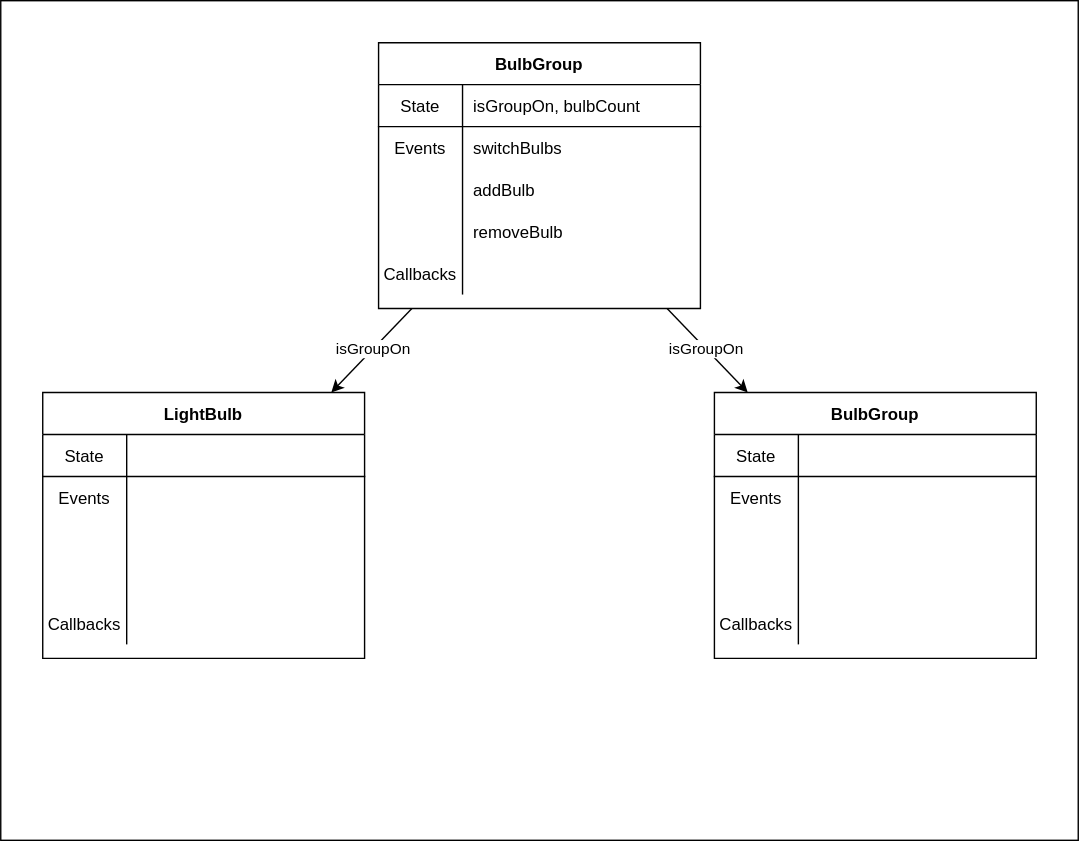
Above: 03_information_flow/assets/smart-home-diagram.drawio.svg in Ejguzman3988/SENG-SCF-071222-PHASE-2 (draw.io), before the change. Source tidied: cells renumbered, new cells last; positions are measured from the earlier drawing's top-left corner, leaving out a move shared by most shapes. Its diagram source:
```xml
<mxGraphModel>
  <root>
    <mxCell id="0" />
    <mxCell id="1" parent="0" />
    <mxCell id="2" style="rounded=0;whiteSpace=wrap;html=1;" parent="1" vertex="1">
      <mxGeometry width="770" height="600" as="geometry" />
    </mxCell>
    <mxCell id="3" style="edgeStyle=none;html=1;" parent="1" edge="1" source="7" target="23">
      <mxGeometry relative="1" as="geometry" />
    </mxCell>
    <mxCell id="4" value="isGroupOn" style="edgeLabel;html=1;align=center;verticalAlign=middle;" parent="3" vertex="1">
      <mxGeometry x="-0.05" y="-1" relative="1" as="geometry" />
    </mxCell>
    <mxCell id="5" style="edgeStyle=none;html=1;" parent="1" edge="1" source="7" target="39">
      <mxGeometry relative="1" as="geometry" />
    </mxCell>
    <mxCell id="6" value="isGroupOn" style="edgeLabel;html=1;align=center;verticalAlign=middle;" parent="5" vertex="1">
      <mxGeometry x="-0.05" relative="1" as="geometry" />
    </mxCell>
    <mxCell id="7" value="BulbGroup" style="shape=table;startSize=30;rowLines=0;fontStyle=1;align=center;" parent="1" vertex="1">
      <mxGeometry x="270" y="30" width="230" height="190" as="geometry" />
    </mxCell>
    <mxCell id="8" style="shape=partialRectangle;fillColor=none;top=0;left=0;bottom=1;right=0;" parent="7" vertex="1">
      <mxGeometry y="30" width="230" height="30" as="geometry" />
    </mxCell>
    <mxCell id="9" value="State" style="shape=partialRectangle;fillColor=none;top=0;left=0;bottom=0;right=0;fontStyle=0;overflow=hidden;" parent="8" vertex="1">
      <mxGeometry width="60" height="30" as="geometry" />
    </mxCell>
    <mxCell id="10" value="isGroupOn, bulbCount" style="shape=partialRectangle;fillColor=none;top=0;left=0;bottom=0;right=0;align=left;spacingLeft=6;fontStyle=0;overflow=hidden;" parent="8" vertex="1">
      <mxGeometry x="60" width="170" height="30" as="geometry" />
    </mxCell>
    <mxCell id="11" style="shape=partialRectangle;fillColor=none;top=0;left=0;bottom=0;right=0;" parent="7" vertex="1">
      <mxGeometry y="60" width="230" height="30" as="geometry" />
    </mxCell>
    <mxCell id="12" value="Events" style="shape=partialRectangle;fillColor=none;top=0;left=0;bottom=0;right=0;overflow=hidden;" parent="11" vertex="1">
      <mxGeometry width="60" height="30" as="geometry" />
    </mxCell>
    <mxCell id="13" value="switchBulbs" style="shape=partialRectangle;fillColor=none;top=0;left=0;bottom=0;right=0;align=left;spacingLeft=6;overflow=hidden;" parent="11" vertex="1">
      <mxGeometry x="60" width="170" height="30" as="geometry" />
    </mxCell>
    <mxCell id="14" style="shape=partialRectangle;fillColor=none;top=0;left=0;bottom=0;right=0;" parent="7" vertex="1">
      <mxGeometry y="90" width="230" height="30" as="geometry" />
    </mxCell>
    <mxCell id="15" style="shape=partialRectangle;fillColor=none;top=0;left=0;bottom=0;right=0;overflow=hidden;" parent="14" vertex="1">
      <mxGeometry width="60" height="30" as="geometry" />
    </mxCell>
    <mxCell id="16" value="addBulb" style="shape=partialRectangle;fillColor=none;top=0;left=0;bottom=0;right=0;align=left;spacingLeft=6;overflow=hidden;" parent="14" vertex="1">
      <mxGeometry x="60" width="170" height="30" as="geometry" />
    </mxCell>
    <mxCell id="17" style="shape=partialRectangle;fillColor=none;top=0;left=0;bottom=0;right=0;" parent="7" vertex="1">
      <mxGeometry y="120" width="230" height="30" as="geometry" />
    </mxCell>
    <mxCell id="18" style="shape=partialRectangle;fillColor=none;top=0;left=0;bottom=0;right=0;overflow=hidden;" parent="17" vertex="1">
      <mxGeometry width="60" height="30" as="geometry" />
    </mxCell>
    <mxCell id="19" value="removeBulb" style="shape=partialRectangle;fillColor=none;top=0;left=0;bottom=0;right=0;align=left;spacingLeft=6;overflow=hidden;" parent="17" vertex="1">
      <mxGeometry x="60" width="170" height="30" as="geometry" />
    </mxCell>
    <mxCell id="20" style="shape=partialRectangle;fillColor=none;top=0;left=0;bottom=0;right=0;" parent="7" vertex="1">
      <mxGeometry y="150" width="230" height="30" as="geometry" />
    </mxCell>
    <mxCell id="21" value="Callbacks" style="shape=partialRectangle;fillColor=none;top=0;left=0;bottom=0;right=0;overflow=hidden;" parent="20" vertex="1">
      <mxGeometry width="60" height="30" as="geometry" />
    </mxCell>
    <mxCell id="22" style="shape=partialRectangle;fillColor=none;top=0;left=0;bottom=0;right=0;align=left;spacingLeft=6;overflow=hidden;" parent="20" vertex="1">
      <mxGeometry x="60" width="170" height="30" as="geometry" />
    </mxCell>
    <mxCell id="23" value="LightBulb" style="shape=table;startSize=30;rowLines=0;fontStyle=1;align=center;" parent="1" vertex="1">
      <mxGeometry x="30" y="280" width="230" height="190" as="geometry" />
    </mxCell>
    <mxCell id="24" style="shape=partialRectangle;fillColor=none;top=0;left=0;bottom=1;right=0;" parent="23" vertex="1">
      <mxGeometry y="30" width="230" height="30" as="geometry" />
    </mxCell>
    <mxCell id="25" value="State" style="shape=partialRectangle;fillColor=none;top=0;left=0;bottom=0;right=0;fontStyle=0;overflow=hidden;" parent="24" vertex="1">
      <mxGeometry width="60" height="30" as="geometry" />
    </mxCell>
    <mxCell id="26" style="shape=partialRectangle;fillColor=none;top=0;left=0;bottom=0;right=0;align=left;spacingLeft=6;fontStyle=0;overflow=hidden;" parent="24" vertex="1">
      <mxGeometry x="60" width="170" height="30" as="geometry" />
    </mxCell>
    <mxCell id="27" style="shape=partialRectangle;fillColor=none;top=0;left=0;bottom=0;right=0;" parent="23" vertex="1">
      <mxGeometry y="60" width="230" height="30" as="geometry" />
    </mxCell>
    <mxCell id="28" value="Events" style="shape=partialRectangle;fillColor=none;top=0;left=0;bottom=0;right=0;overflow=hidden;" parent="27" vertex="1">
      <mxGeometry width="60" height="30" as="geometry" />
    </mxCell>
    <mxCell id="29" style="shape=partialRectangle;fillColor=none;top=0;left=0;bottom=0;right=0;align=left;spacingLeft=6;overflow=hidden;" parent="27" vertex="1">
      <mxGeometry x="60" width="170" height="30" as="geometry" />
    </mxCell>
    <mxCell id="30" style="shape=partialRectangle;fillColor=none;top=0;left=0;bottom=0;right=0;" parent="23" vertex="1">
      <mxGeometry y="90" width="230" height="30" as="geometry" />
    </mxCell>
    <mxCell id="31" style="shape=partialRectangle;fillColor=none;top=0;left=0;bottom=0;right=0;overflow=hidden;" parent="30" vertex="1">
      <mxGeometry width="60" height="30" as="geometry" />
    </mxCell>
    <mxCell id="32" style="shape=partialRectangle;fillColor=none;top=0;left=0;bottom=0;right=0;align=left;spacingLeft=6;overflow=hidden;" parent="30" vertex="1">
      <mxGeometry x="60" width="170" height="30" as="geometry" />
    </mxCell>
    <mxCell id="33" style="shape=partialRectangle;fillColor=none;top=0;left=0;bottom=0;right=0;" parent="23" vertex="1">
      <mxGeometry y="120" width="230" height="30" as="geometry" />
    </mxCell>
    <mxCell id="34" style="shape=partialRectangle;fillColor=none;top=0;left=0;bottom=0;right=0;overflow=hidden;" parent="33" vertex="1">
      <mxGeometry width="60" height="30" as="geometry" />
    </mxCell>
    <mxCell id="35" style="shape=partialRectangle;fillColor=none;top=0;left=0;bottom=0;right=0;align=left;spacingLeft=6;overflow=hidden;" parent="33" vertex="1">
      <mxGeometry x="60" width="170" height="30" as="geometry" />
    </mxCell>
    <mxCell id="36" style="shape=partialRectangle;fillColor=none;top=0;left=0;bottom=0;right=0;" parent="23" vertex="1">
      <mxGeometry y="150" width="230" height="30" as="geometry" />
    </mxCell>
    <mxCell id="37" value="Callbacks" style="shape=partialRectangle;fillColor=none;top=0;left=0;bottom=0;right=0;overflow=hidden;" parent="36" vertex="1">
      <mxGeometry width="60" height="30" as="geometry" />
    </mxCell>
    <mxCell id="38" style="shape=partialRectangle;fillColor=none;top=0;left=0;bottom=0;right=0;align=left;spacingLeft=6;overflow=hidden;" parent="36" vertex="1">
      <mxGeometry x="60" width="170" height="30" as="geometry" />
    </mxCell>
    <mxCell id="39" value="BulbGroup" style="shape=table;startSize=30;rowLines=0;fontStyle=1;align=center;" parent="1" vertex="1">
      <mxGeometry x="510" y="280" width="230" height="190" as="geometry" />
    </mxCell>
    <mxCell id="40" style="shape=partialRectangle;fillColor=none;top=0;left=0;bottom=1;right=0;" parent="39" vertex="1">
      <mxGeometry y="30" width="230" height="30" as="geometry" />
    </mxCell>
    <mxCell id="41" value="State" style="shape=partialRectangle;fillColor=none;top=0;left=0;bottom=0;right=0;fontStyle=0;overflow=hidden;" parent="40" vertex="1">
      <mxGeometry width="60" height="30" as="geometry" />
    </mxCell>
    <mxCell id="42" style="shape=partialRectangle;fillColor=none;top=0;left=0;bottom=0;right=0;align=left;spacingLeft=6;fontStyle=0;overflow=hidden;" parent="40" vertex="1">
      <mxGeometry x="60" width="170" height="30" as="geometry" />
    </mxCell>
    <mxCell id="43" style="shape=partialRectangle;fillColor=none;top=0;left=0;bottom=0;right=0;" parent="39" vertex="1">
      <mxGeometry y="60" width="230" height="30" as="geometry" />
    </mxCell>
    <mxCell id="44" value="Events" style="shape=partialRectangle;fillColor=none;top=0;left=0;bottom=0;right=0;overflow=hidden;" parent="43" vertex="1">
      <mxGeometry width="60" height="30" as="geometry" />
    </mxCell>
    <mxCell id="45" style="shape=partialRectangle;fillColor=none;top=0;left=0;bottom=0;right=0;align=left;spacingLeft=6;overflow=hidden;" parent="43" vertex="1">
      <mxGeometry x="60" width="170" height="30" as="geometry" />
    </mxCell>
    <mxCell id="46" style="shape=partialRectangle;fillColor=none;top=0;left=0;bottom=0;right=0;" parent="39" vertex="1">
      <mxGeometry y="90" width="230" height="30" as="geometry" />
    </mxCell>
    <mxCell id="47" style="shape=partialRectangle;fillColor=none;top=0;left=0;bottom=0;right=0;overflow=hidden;" parent="46" vertex="1">
      <mxGeometry width="60" height="30" as="geometry" />
    </mxCell>
    <mxCell id="48" style="shape=partialRectangle;fillColor=none;top=0;left=0;bottom=0;right=0;align=left;spacingLeft=6;overflow=hidden;" parent="46" vertex="1">
      <mxGeometry x="60" width="170" height="30" as="geometry" />
    </mxCell>
    <mxCell id="49" style="shape=partialRectangle;fillColor=none;top=0;left=0;bottom=0;right=0;" parent="39" vertex="1">
      <mxGeometry y="120" width="230" height="30" as="geometry" />
    </mxCell>
    <mxCell id="50" style="shape=partialRectangle;fillColor=none;top=0;left=0;bottom=0;right=0;overflow=hidden;" parent="49" vertex="1">
      <mxGeometry width="60" height="30" as="geometry" />
    </mxCell>
    <mxCell id="51" style="shape=partialRectangle;fillColor=none;top=0;left=0;bottom=0;right=0;align=left;spacingLeft=6;overflow=hidden;" parent="49" vertex="1">
      <mxGeometry x="60" width="170" height="30" as="geometry" />
    </mxCell>
    <mxCell id="52" style="shape=partialRectangle;fillColor=none;top=0;left=0;bottom=0;right=0;" parent="39" vertex="1">
      <mxGeometry y="150" width="230" height="30" as="geometry" />
    </mxCell>
    <mxCell id="53" value="Callbacks" style="shape=partialRectangle;fillColor=none;top=0;left=0;bottom=0;right=0;overflow=hidden;" parent="52" vertex="1">
      <mxGeometry width="60" height="30" as="geometry" />
    </mxCell>
    <mxCell id="54" style="shape=partialRectangle;fillColor=none;top=0;left=0;bottom=0;right=0;align=left;spacingLeft=6;overflow=hidden;" parent="52" vertex="1">
      <mxGeometry x="60" width="170" height="30" as="geometry" />
    </mxCell>
  </root>
</mxGraphModel>
```
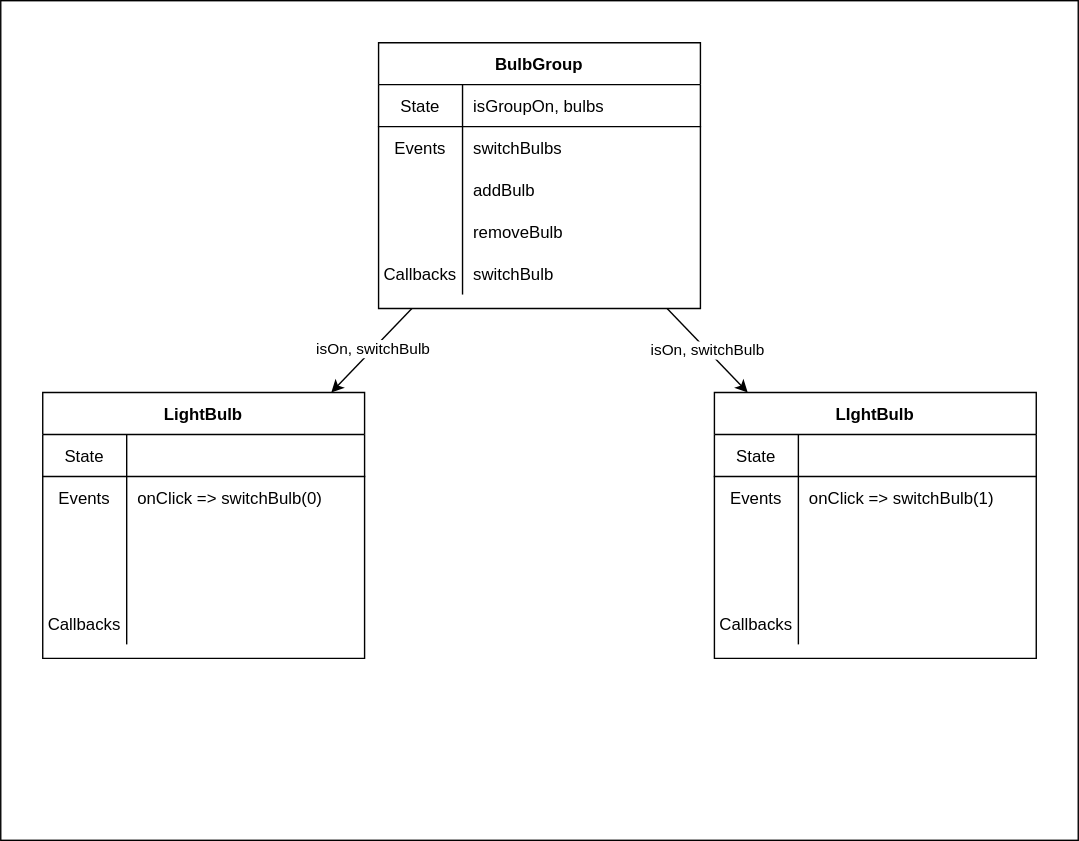
After the change.

The edit, as a diff of the source:
```diff
@@ -8,13 +8,13 @@
     <mxCell id="3" style="edgeStyle=none;html=1;" parent="1" edge="1" source="7" target="23">
       <mxGeometry relative="1" as="geometry" />
     </mxCell>
-    <mxCell id="4" value="isGroupOn" style="edgeLabel;html=1;align=center;verticalAlign=middle;" parent="3" vertex="1">
+    <mxCell id="4" value="isOn, switchBulb" style="edgeLabel;html=1;align=center;verticalAlign=middle;" parent="3" vertex="1">
       <mxGeometry x="-0.05" y="-1" relative="1" as="geometry" />
     </mxCell>
     <mxCell id="5" style="edgeStyle=none;html=1;" parent="1" edge="1" source="7" target="39">
       <mxGeometry relative="1" as="geometry" />
     </mxCell>
-    <mxCell id="6" value="isGroupOn" style="edgeLabel;html=1;align=center;verticalAlign=middle;" parent="5" vertex="1">
+    <mxCell id="6" value="isOn, switchBulb" style="edgeLabel;html=1;align=center;verticalAlign=middle;" parent="5" vertex="1">
       <mxGeometry x="-0.05" relative="1" as="geometry" />
     </mxCell>
     <mxCell id="7" value="BulbGroup" style="shape=table;startSize=30;rowLines=0;fontStyle=1;align=center;" parent="1" vertex="1">
@@ -26,7 +26,7 @@
     <mxCell id="9" value="State" style="shape=partialRectangle;fillColor=none;top=0;left=0;bottom=0;right=0;fontStyle=0;overflow=hidden;" parent="8" vertex="1">
       <mxGeometry width="60" height="30" as="geometry" />
     </mxCell>
-    <mxCell id="10" value="isGroupOn, bulbCount" style="shape=partialRectangle;fillColor=none;top=0;left=0;bottom=0;right=0;align=left;spacingLeft=6;fontStyle=0;overflow=hidden;" parent="8" vertex="1">
+    <mxCell id="10" value="isGroupOn, bulbs" style="shape=partialRectangle;fillColor=none;top=0;left=0;bottom=0;right=0;align=left;spacingLeft=6;fontStyle=0;overflow=hidden;" parent="8" vertex="1">
       <mxGeometry x="60" width="170" height="30" as="geometry" />
     </mxCell>
     <mxCell id="11" style="shape=partialRectangle;fillColor=none;top=0;left=0;bottom=0;right=0;" parent="7" vertex="1">
@@ -62,7 +62,7 @@
     <mxCell id="21" value="Callbacks" style="shape=partialRectangle;fillColor=none;top=0;left=0;bottom=0;right=0;overflow=hidden;" parent="20" vertex="1">
       <mxGeometry width="60" height="30" as="geometry" />
     </mxCell>
-    <mxCell id="22" style="shape=partialRectangle;fillColor=none;top=0;left=0;bottom=0;right=0;align=left;spacingLeft=6;overflow=hidden;" parent="20" vertex="1">
+    <mxCell id="22" value="switchBulb" style="shape=partialRectangle;fillColor=none;top=0;left=0;bottom=0;right=0;align=left;spacingLeft=6;overflow=hidden;" parent="20" vertex="1">
       <mxGeometry x="60" width="170" height="30" as="geometry" />
     </mxCell>
     <mxCell id="23" value="LightBulb" style="shape=table;startSize=30;rowLines=0;fontStyle=1;align=center;" parent="1" vertex="1">
@@ -83,7 +83,7 @@
     <mxCell id="28" value="Events" style="shape=partialRectangle;fillColor=none;top=0;left=0;bottom=0;right=0;overflow=hidden;" parent="27" vertex="1">
       <mxGeometry width="60" height="30" as="geometry" />
     </mxCell>
-    <mxCell id="29" style="shape=partialRectangle;fillColor=none;top=0;left=0;bottom=0;right=0;align=left;spacingLeft=6;overflow=hidden;" parent="27" vertex="1">
+    <mxCell id="29" value="onClick =&gt; switchBulb(0)" style="shape=partialRectangle;fillColor=none;top=0;left=0;bottom=0;right=0;align=left;spacingLeft=6;overflow=hidden;" parent="27" vertex="1">
       <mxGeometry x="60" width="170" height="30" as="geometry" />
     </mxCell>
     <mxCell id="30" style="shape=partialRectangle;fillColor=none;top=0;left=0;bottom=0;right=0;" parent="23" vertex="1">
@@ -113,7 +113,7 @@
     <mxCell id="38" style="shape=partialRectangle;fillColor=none;top=0;left=0;bottom=0;right=0;align=left;spacingLeft=6;overflow=hidden;" parent="36" vertex="1">
       <mxGeometry x="60" width="170" height="30" as="geometry" />
     </mxCell>
-    <mxCell id="39" value="BulbGroup" style="shape=table;startSize=30;rowLines=0;fontStyle=1;align=center;" parent="1" vertex="1">
+    <mxCell id="39" value="LIghtBulb" style="shape=table;startSize=30;rowLines=0;fontStyle=1;align=center;" parent="1" vertex="1">
       <mxGeometry x="510" y="280" width="230" height="190" as="geometry" />
     </mxCell>
     <mxCell id="40" style="shape=partialRectangle;fillColor=none;top=0;left=0;bottom=1;right=0;" parent="39" vertex="1">
@@ -131,7 +131,7 @@
     <mxCell id="44" value="Events" style="shape=partialRectangle;fillColor=none;top=0;left=0;bottom=0;right=0;overflow=hidden;" parent="43" vertex="1">
       <mxGeometry width="60" height="30" as="geometry" />
     </mxCell>
-    <mxCell id="45" style="shape=partialRectangle;fillColor=none;top=0;left=0;bottom=0;right=0;align=left;spacingLeft=6;overflow=hidden;" parent="43" vertex="1">
+    <mxCell id="45" value="onClick =&gt; switchBulb(1)" style="shape=partialRectangle;fillColor=none;top=0;left=0;bottom=0;right=0;align=left;spacingLeft=6;overflow=hidden;" parent="43" vertex="1">
       <mxGeometry x="60" width="170" height="30" as="geometry" />
     </mxCell>
     <mxCell id="46" style="shape=partialRectangle;fillColor=none;top=0;left=0;bottom=0;right=0;" parent="39" vertex="1">
```
